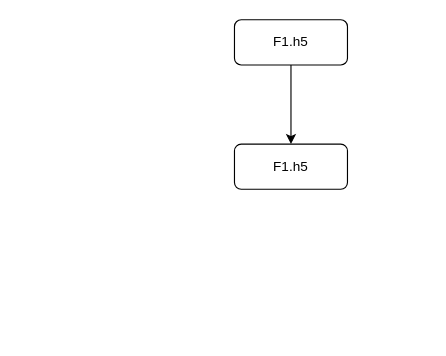
Above: .structure/structure.drawio in zliu90693/downstream_analysis (draw.io), before the change. Source tidied: cells renumbered, new cells numbered last; positions are measured from the earlier drawing's top-left corner, leaving out a move shared by most shapes. Both pictures are drawn from the tidied source at 113%, with x=0, y=0 at pixel (234, 19).
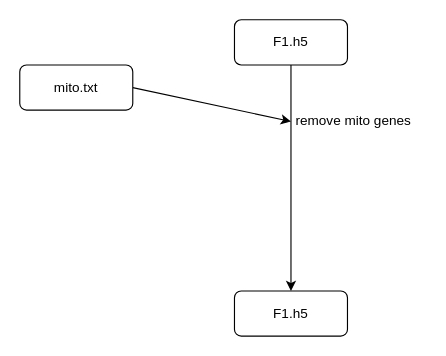
After the change.

The edit, as a diff of the source:
```diff
@@
 <mxGraphModel>
   <root>
     <mxCell id="0" />
     <mxCell id="1" parent="0" />
     <mxCell id="2" style="edgeStyle=none;html=1;exitX=0.5;exitY=1;exitDx=0;exitDy=0;entryX=0.5;entryY=0;entryDx=0;entryDy=0;" parent="1" edge="1" source="3" target="4">
       <mxGeometry relative="1" as="geometry" />
     </mxCell>
     <mxCell id="3" value="F1.h5" style="rounded=1;whiteSpace=wrap;html=1;" parent="1" vertex="1">
       <mxGeometry width="100" height="40" as="geometry" />
     </mxCell>
     <mxCell id="4" value="F1.h5" style="rounded=1;whiteSpace=wrap;html=1;" parent="1" vertex="1">
-      <mxGeometry y="110" width="100" height="40" as="geometry" />
+      <mxGeometry y="240" width="100" height="40" as="geometry" />
     </mxCell>
+    <mxCell id="5" style="edgeStyle=none;html=1;exitX=1;exitY=0.5;exitDx=0;exitDy=0;" parent="1" edge="1" source="6">
+      <mxGeometry relative="1" as="geometry">
+        <mxPoint x="50" y="90" as="targetPoint" />
+      </mxGeometry>
+    </mxCell>
+    <mxCell id="6" value="mito.txt" style="rounded=1;whiteSpace=wrap;html=1;" parent="1" vertex="1">
+      <mxGeometry x="-190" y="40" width="100" height="40" as="geometry" />
+    </mxCell>
+    <mxCell id="7" value="remove mito genes" style="text;html=1;align=center;verticalAlign=middle;strokeColor=none;fillColor=none;" parent="1" vertex="1">
+      <mxGeometry x="40" y="75" width="130" height="30" as="geometry" />
+    </mxCell>
   </root>
 </mxGraphModel>
```
